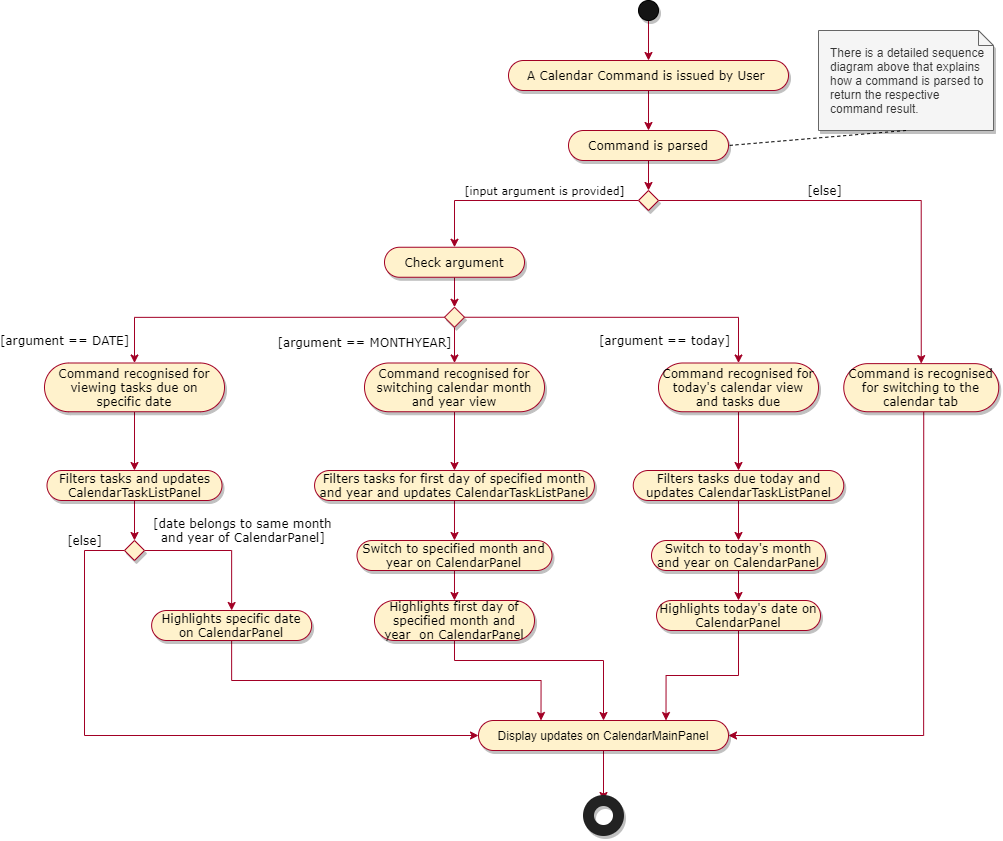
AY1920S2-CS2103-F09-2/main keeps this draw.io diagram as images/CalendarCommandActivityDiagram.png. Above is the earlier version. Source tidied: cells renumbered, new cells last; positions are measured from the earlier drawing's top-left corner, leaving out a move shared by most shapes.
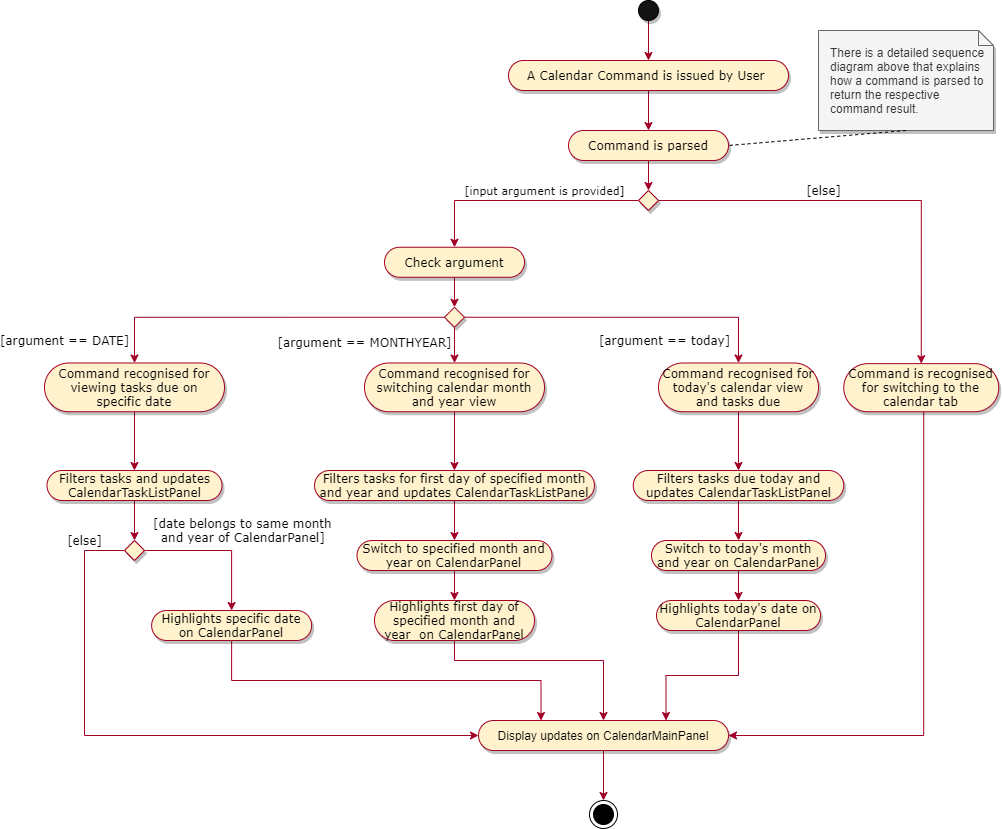
The same file after the commit.

What changed in the source:
```diff
@@ -51,15 +51,14 @@
     <mxCell id="16" value="&lt;font face=&quot;Verdana&quot;&gt;Command is recognised for switching to the calendar tab&lt;/font&gt;" style="whiteSpace=wrap;html=1;rounded=1;arcSize=50;align=center;verticalAlign=middle;strokeWidth=1;spacing=4;newEdgeStyle={&quot;edgeStyle&quot;:&quot;entityRelationEdgeStyle&quot;,&quot;startArrow&quot;:&quot;none&quot;,&quot;endArrow&quot;:&quot;none&quot;,&quot;segment&quot;:10,&quot;curved&quot;:1};shadow=1;fillColor=#fff2cc;strokeColor=#A20025;" parent="1" vertex="1">
       <mxGeometry x="799.2" y="363.1" width="155" height="48.1" as="geometry" />
     </mxCell>
-    <mxCell id="17" style="edgeStyle=orthogonalEdgeStyle;rounded=0;jettySize=auto;html=1;startArrow=none;startFill=0;endArrow=classic;endFill=1;strokeColor=#A20025;fontFamily=Verdana;" parent="1" edge="1" source="18" target="19">
-      <mxGeometry relative="1" as="geometry" />
+    <mxCell id="17" style="edgeStyle=orthogonalEdgeStyle;rounded=0;jettySize=auto;html=1;startArrow=none;startFill=0;endArrow=classic;endFill=1;strokeColor=#A20025;fontFamily=Verdana;" parent="1" edge="1" source="18">
+      <mxGeometry relative="1" as="geometry">
+        <mxPoint x="559" y="800" as="targetPoint" />
+      </mxGeometry>
     </mxCell>
     <mxCell id="18" value="Display updates on CalendarMainPanel" style="whiteSpace=wrap;html=1;rounded=1;arcSize=50;align=center;verticalAlign=middle;strokeWidth=1;spacing=4;newEdgeStyle={&quot;edgeStyle&quot;:&quot;entityRelationEdgeStyle&quot;,&quot;startArrow&quot;:&quot;none&quot;,&quot;endArrow&quot;:&quot;none&quot;,&quot;segment&quot;:10,&quot;curved&quot;:1};shadow=1;fillColor=#fff2cc;strokeColor=#A20025;" parent="1" vertex="1">
       <mxGeometry x="434" y="720" width="250" height="30" as="geometry" />
     </mxCell>
-    <mxCell id="19" style="html=1;verticalLabelPosition=bottom;labelBackgroundColor=#ffffff;verticalAlign=top;shadow=1;dashed=0;strokeWidth=11;shape=mxgraph.ios7.misc.circle;strokeColor=#222222;fillColor=none;fontFamily=Verdana;align=center;" parent="1" vertex="1">
-      <mxGeometry x="544" y="800" width="30" height="30" as="geometry" />
-    </mxCell>
     <mxCell id="20" value="&lt;font face=&quot;Verdana&quot;&gt;[argument == DATE]&lt;/font&gt;" style="edgeStyle=orthogonalEdgeStyle;rounded=0;jettySize=auto;html=1;exitX=0;exitY=0.5;exitDx=0;exitDy=0;entryX=0.5;entryY=0;entryDx=0;entryDy=0;labelBackgroundColor=none;strokeColor=#A20025;fontSize=12;" parent="1" edge="1" source="23" target="25">
       <mxGeometry x="0.87" y="-70" relative="1" as="geometry" />
     </mxCell>
@@ -160,5 +159,8 @@
     <mxCell id="48" value="Highlights today's date on CalendarPanel" style="whiteSpace=wrap;html=1;rounded=1;arcSize=50;align=center;verticalAlign=middle;strokeWidth=1;spacing=4;newEdgeStyle={&quot;edgeStyle&quot;:&quot;entityRelationEdgeStyle&quot;,&quot;startArrow&quot;:&quot;none&quot;,&quot;endArrow&quot;:&quot;none&quot;,&quot;segment&quot;:10,&quot;curved&quot;:1};shadow=1;fillColor=#fff2cc;strokeColor=#A20025;fontFamily=Verdana;" parent="1" vertex="1">
       <mxGeometry x="612" y="600" width="164" height="30" as="geometry" />
     </mxCell>
+    <mxCell id="49" style="ellipse;html=1;shape=endState;fillColor=#000000;strokeColor=#000000;" parent="1" vertex="1">
+      <mxGeometry x="545" y="800" width="28" height="28" as="geometry" />
+    </mxCell>
   </root>
 </mxGraphModel>
```
